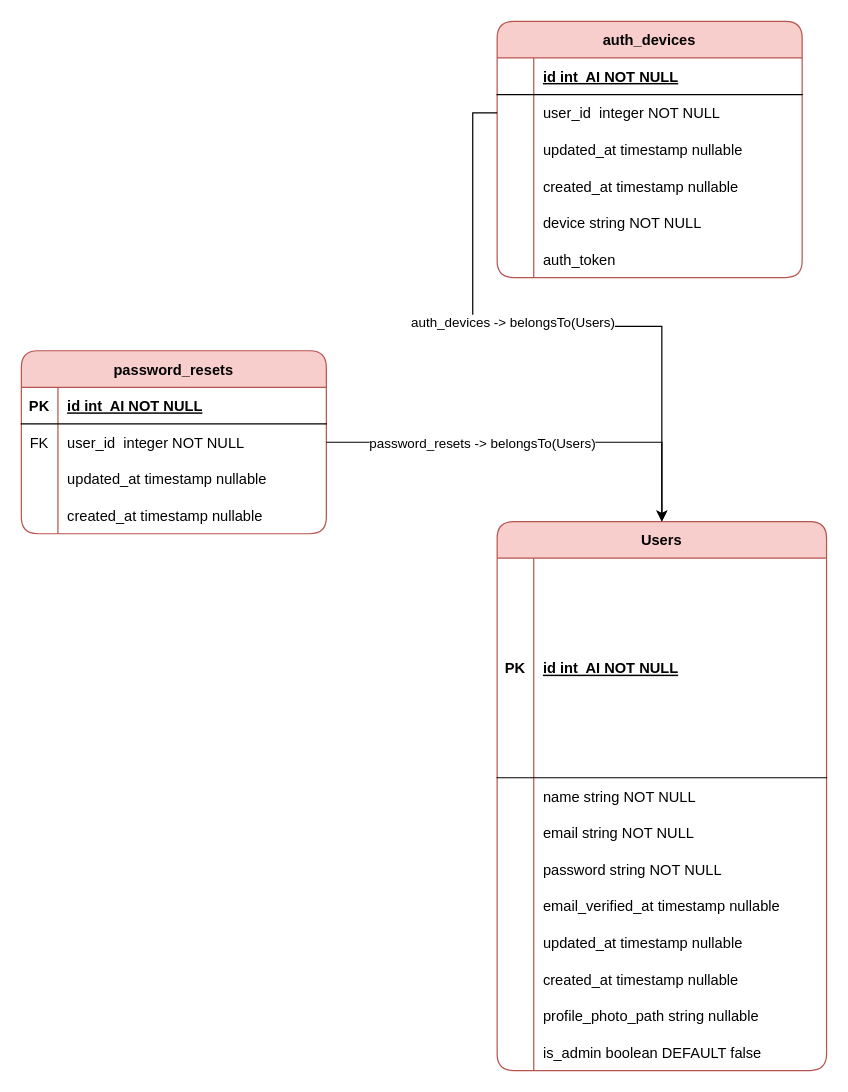
Earlier version of the draw.io diagram page "Users" (1 of 9) of devStorage/DatabaseModel.drawio (AndrewVozniak/WorldPath). Source tidied: cells renumbered, new cells numbered last; positions are measured from the earlier drawing's top-left corner, leaving out a move shared by most shapes. Both pictures are drawn from the tidied source at 122%, with x=0, y=0 at pixel (21, 21).
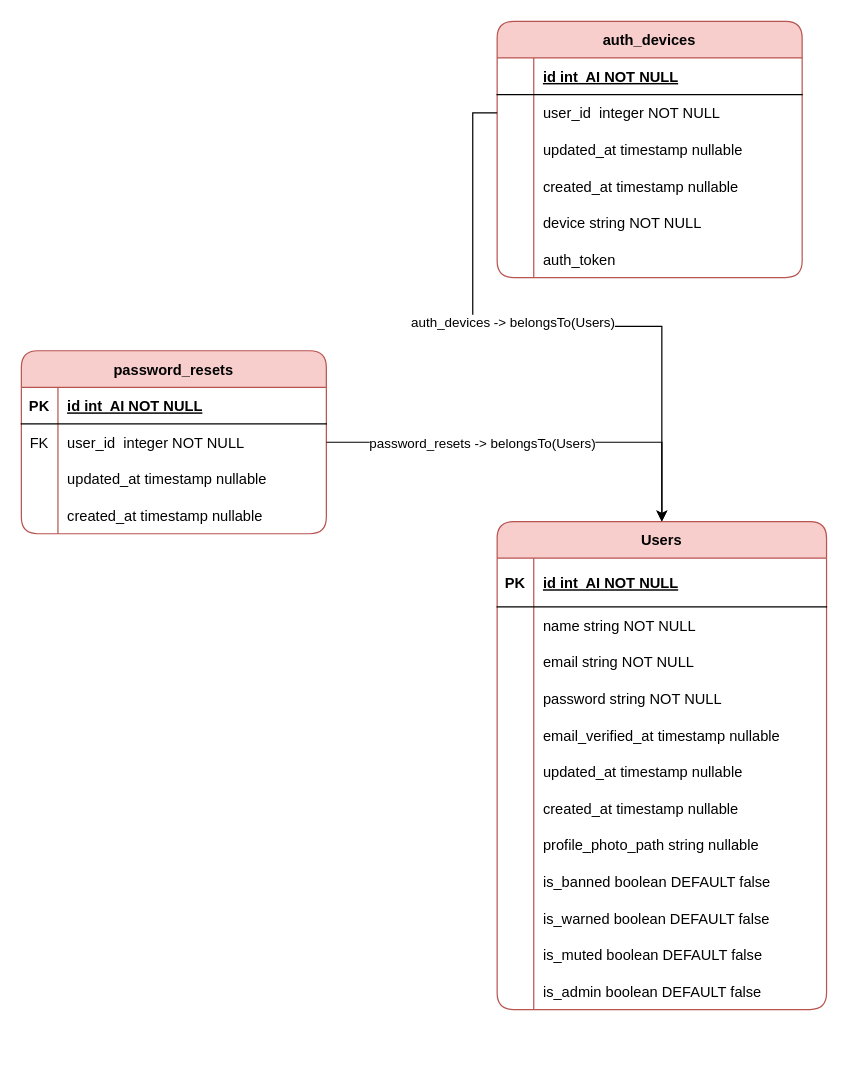
The same diagram, later.

Commit message:
Updated Users Database

Change to the diagram source:
```diff
@@
     <mxCell id="2" value="Users" style="shape=table;startSize=30;childLayout=tableLayout;rowLines=0;fontStyle=1;align=center;fillColor=#f8cecc;strokeColor=#b85450;rounded=1;" parent="1" vertex="1">
-      <mxGeometry x="390" y="410" width="270" height="450" as="geometry" />
+      <mxGeometry x="390" y="410" width="270" height="400" as="geometry" />
     </mxCell>
     <mxCell id="3" style="shape=partialRectangle;fillColor=none;top=0;left=0;right=0;bottom=1;" parent="2" vertex="1">
-      <mxGeometry y="30" width="270" height="180" as="geometry" />
+      <mxGeometry y="30" width="270" height="40" as="geometry" />
     </mxCell>
     <mxCell id="4" value="PK" style="shape=partialRectangle;overflow=hidden;fillColor=none;top=0;left=0;bottom=0;right=0;fontStyle=1;" parent="3" vertex="1">
-      <mxGeometry width="30" height="180" as="geometry" />
+      <mxGeometry width="30" height="40" as="geometry" />
     </mxCell>
     <mxCell id="5" value="id int  AI NOT NULL " style="shape=partialRectangle;overflow=hidden;fillColor=none;top=0;left=0;bottom=0;right=0;align=left;spacingLeft=6;fontStyle=5;" parent="3" vertex="1">
-      <mxGeometry x="30" width="240" height="180" as="geometry" />
+      <mxGeometry x="30" width="240" height="40" as="geometry" />
     </mxCell>
     <mxCell id="6" style="shape=partialRectangle;fillColor=none;top=0;left=0;right=0;bottom=0;" parent="2" vertex="1">
-      <mxGeometry y="210" width="270" height="30" as="geometry" />
+      <mxGeometry y="70" width="270" height="30" as="geometry" />
     </mxCell>
@@
     <mxCell id="9" style="shape=partialRectangle;fillColor=none;top=0;left=0;right=0;bottom=0;" parent="2" vertex="1">
-      <mxGeometry y="240" width="270" height="30" as="geometry" />
+      <mxGeometry y="100" width="270" height="30" as="geometry" />
     </mxCell>
@@
     <mxCell id="12" style="shape=partialRectangle;fillColor=none;top=0;left=0;right=0;bottom=0;" parent="2" vertex="1">
-      <mxGeometry y="270" width="270" height="30" as="geometry" />
+      <mxGeometry y="130" width="270" height="30" as="geometry" />
     </mxCell>
@@
     <mxCell id="15" style="shape=partialRectangle;fillColor=none;top=0;left=0;right=0;bottom=0;" parent="2" vertex="1">
-      <mxGeometry y="300" width="270" height="30" as="geometry" />
+      <mxGeometry y="160" width="270" height="30" as="geometry" />
     </mxCell>
@@
     <mxCell id="18" style="shape=partialRectangle;fillColor=none;top=0;left=0;right=0;bottom=0;" parent="2" vertex="1">
-      <mxGeometry y="330" width="270" height="30" as="geometry" />
+      <mxGeometry y="190" width="270" height="30" as="geometry" />
     </mxCell>
@@
     <mxCell id="21" style="shape=partialRectangle;fillColor=none;top=0;left=0;right=0;bottom=0;" parent="2" vertex="1">
-      <mxGeometry y="360" width="270" height="30" as="geometry" />
+      <mxGeometry y="220" width="270" height="30" as="geometry" />
     </mxCell>
@@
     <mxCell id="24" style="shape=partialRectangle;fillColor=none;top=0;left=0;right=0;bottom=0;" parent="2" vertex="1">
-      <mxGeometry y="390" width="270" height="30" as="geometry" />
+      <mxGeometry y="250" width="270" height="30" as="geometry" />
     </mxCell>
@@
+    <mxCell id="66" style="shape=partialRectangle;fillColor=none;top=0;left=0;right=0;bottom=0;" parent="2" vertex="1">
+      <mxGeometry y="280" width="270" height="30" as="geometry" />
+    </mxCell>
+    <mxCell id="67" style="shape=partialRectangle;overflow=hidden;fillColor=none;top=0;left=0;bottom=0;right=0;" parent="66" vertex="1">
+      <mxGeometry width="30" height="30" as="geometry" />
+    </mxCell>
+    <mxCell id="68" value="is_banned boolean DEFAULT false" style="shape=partialRectangle;overflow=hidden;fillColor=none;top=0;left=0;bottom=0;right=0;align=left;spacingLeft=6;" parent="66" vertex="1">
+      <mxGeometry x="30" width="240" height="30" as="geometry" />
+    </mxCell>
+    <mxCell id="69" style="shape=partialRectangle;fillColor=none;top=0;left=0;right=0;bottom=0;" parent="2" vertex="1">
+      <mxGeometry y="310" width="270" height="30" as="geometry" />
+    </mxCell>
+    <mxCell id="70" style="shape=partialRectangle;overflow=hidden;fillColor=none;top=0;left=0;bottom=0;right=0;" parent="69" vertex="1">
+      <mxGeometry width="30" height="30" as="geometry" />
+    </mxCell>
+    <mxCell id="71" value="is_warned boolean DEFAULT false" style="shape=partialRectangle;overflow=hidden;fillColor=none;top=0;left=0;bottom=0;right=0;align=left;spacingLeft=6;" parent="69" vertex="1">
+      <mxGeometry x="30" width="240" height="30" as="geometry" />
+    </mxCell>
+    <mxCell id="72" style="shape=partialRectangle;fillColor=none;top=0;left=0;right=0;bottom=0;" parent="2" vertex="1">
+      <mxGeometry y="340" width="270" height="30" as="geometry" />
+    </mxCell>
+    <mxCell id="73" style="shape=partialRectangle;overflow=hidden;fillColor=none;top=0;left=0;bottom=0;right=0;" parent="72" vertex="1">
+      <mxGeometry width="30" height="30" as="geometry" />
+    </mxCell>
+    <mxCell id="74" value="is_muted boolean DEFAULT false" style="shape=partialRectangle;overflow=hidden;fillColor=none;top=0;left=0;bottom=0;right=0;align=left;spacingLeft=6;" parent="72" vertex="1">
+      <mxGeometry x="30" width="240" height="30" as="geometry" />
+    </mxCell>
     <mxCell id="27" style="shape=partialRectangle;fillColor=none;top=0;left=0;right=0;bottom=0;" parent="2" vertex="1">
-      <mxGeometry y="420" width="270" height="30" as="geometry" />
+      <mxGeometry y="370" width="270" height="30" as="geometry" />
     </mxCell>
```
